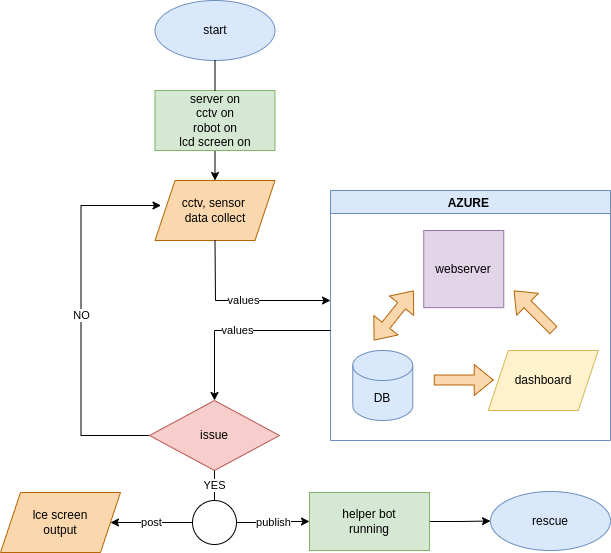
The draw.io diagram 32325.drawio.png in 221314/iot3_exit, before a commit. Source tidied: cells renumbered, new cells last; positions are measured from the earlier drawing's top-left corner, leaving out a move shared by most shapes.
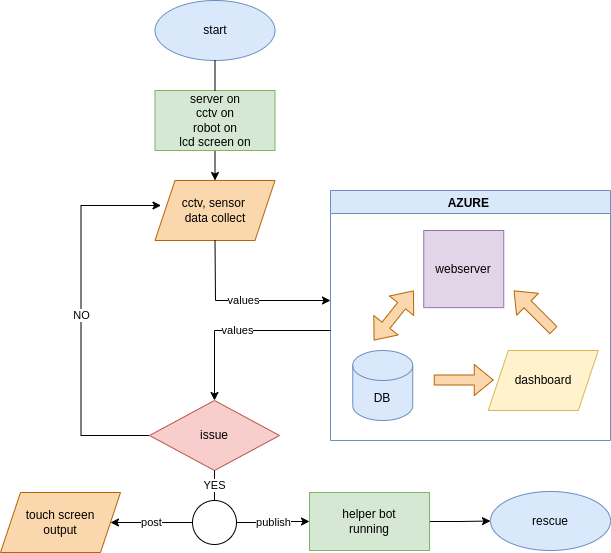
The same diagram one commit later.

Diff of the diagram source:
```diff
@@ -35,7 +35,7 @@
     <mxCell id="10" value="helper bot&lt;br&gt;running" style="rounded=0;whiteSpace=wrap;html=1;fillColor=#d5e8d4;strokeColor=#82b366;" parent="1" vertex="1">
       <mxGeometry x="309" y="492" width="120" height="58" as="geometry" />
     </mxCell>
-    <mxCell id="11" value="lce screen&lt;br&gt;output" style="shape=parallelogram;perimeter=parallelogramPerimeter;whiteSpace=wrap;html=1;fixedSize=1;fillColor=#fad7ac;strokeColor=#b46504;" parent="1" vertex="1">
+    <mxCell id="11" value="touch screen&lt;br&gt;output" style="shape=parallelogram;perimeter=parallelogramPerimeter;whiteSpace=wrap;html=1;fixedSize=1;fillColor=#fad7ac;strokeColor=#b46504;" parent="1" vertex="1">
       <mxGeometry y="492" width="120" height="60" as="geometry" />
     </mxCell>
     <mxCell id="12" value="post" style="edgeStyle=orthogonalEdgeStyle;rounded=0;jettySize=auto;html=1;exitX=0;exitY=0.5;exitDx=0;exitDy=0;" parent="1" edge="1" source="14" target="11">
```
